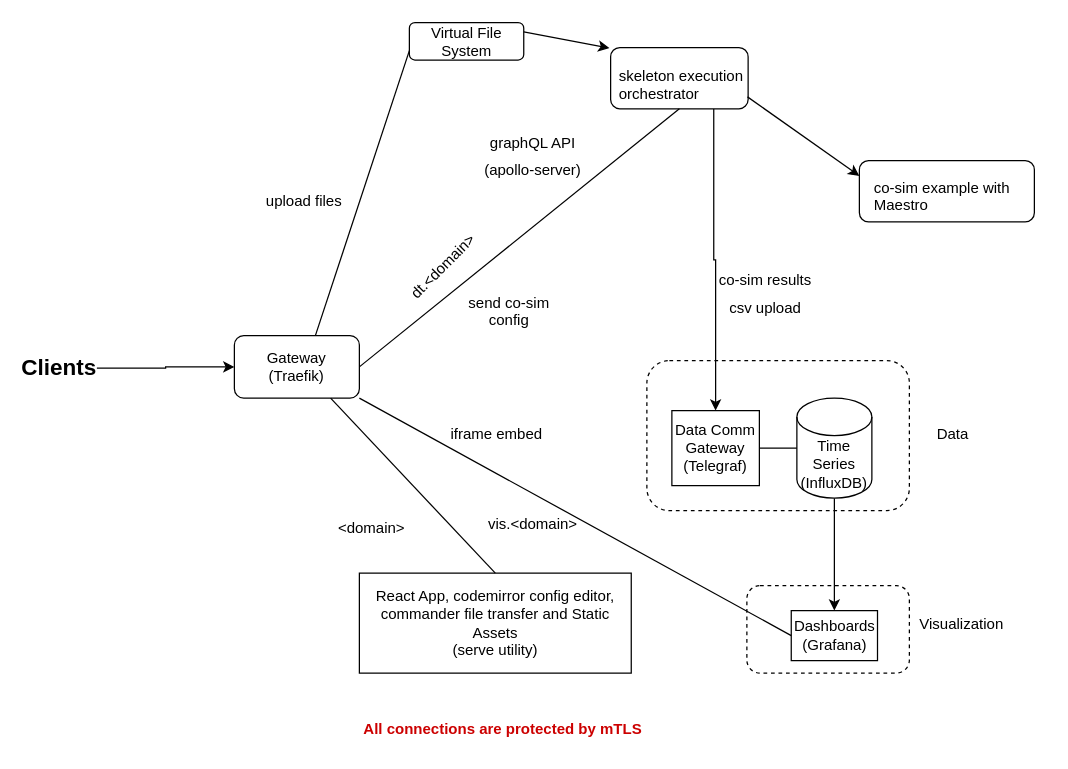
Above: page "demo-1" (3 of 5) of docs/DTaaS.drawio in INTO-CPS-Association/DTaaS (draw.io), before the change. Source tidied: cells renumbered, new cells numbered last; positions are measured from the earlier drawing's top-left corner, leaving out a move shared by most shapes. Both pictures are drawn from the tidied source at 125%, with x=0, y=0 at pixel (21, 22).
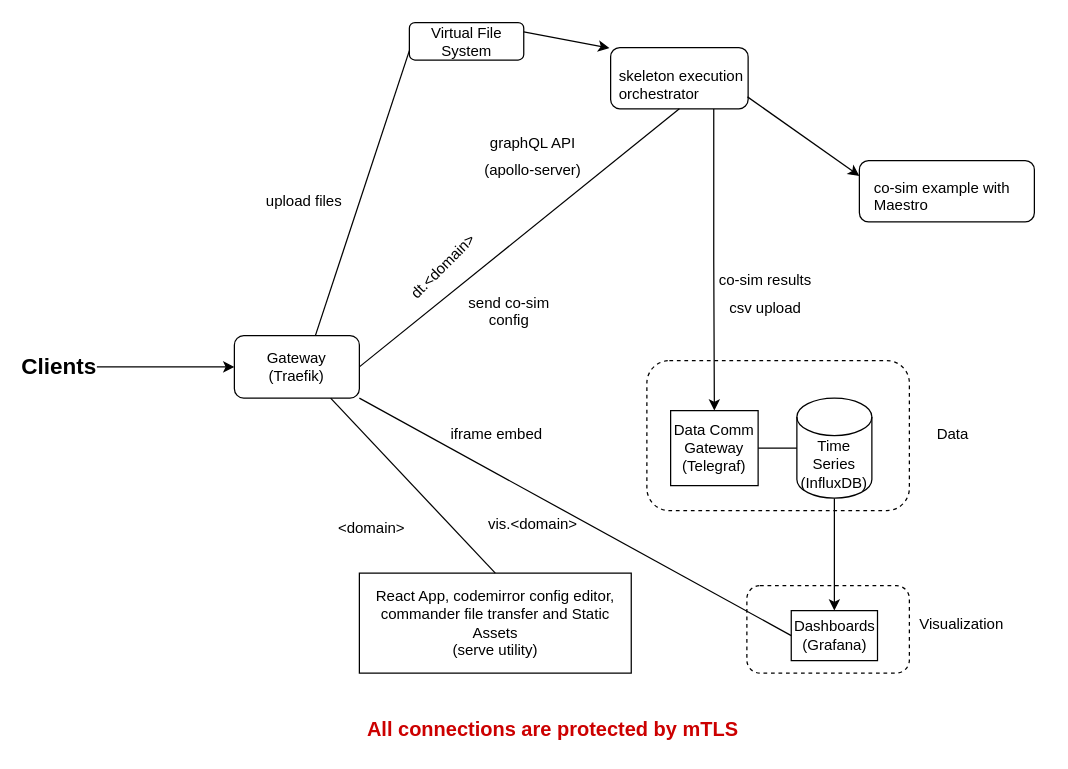
The same diagram, later.

Diff of the diagram source:
```diff
@@
     <mxCell id="11" value="Data Comm Gateway&lt;br&gt;(Telegraf)" style="rounded=0;whiteSpace=wrap;html=1;" parent="1" vertex="1">
-      <mxGeometry x="520" y="310" width="70" height="60" as="geometry" />
+      <mxGeometry x="519" y="310" width="70" height="60" as="geometry" />
     </mxCell>
@@
     <mxCell id="24" value="&lt;font style=&quot;font-size: 18px&quot;&gt;&lt;b&gt;Clients&lt;/b&gt;&lt;/font&gt;" style="text;html=1;strokeColor=none;fillColor=none;align=center;verticalAlign=middle;whiteSpace=wrap;rounded=0;" parent="1" vertex="1">
-      <mxGeometry y="261" width="60" height="30" as="geometry" />
+      <mxGeometry y="260" width="60" height="30" as="geometry" />
     </mxCell>
@@
-    <mxCell id="29" value="&lt;b&gt;&lt;font color=&quot;#cc0000&quot;&gt;All connections are protected by mTLS&lt;/font&gt;&lt;/b&gt;" style="text;html=1;strokeColor=none;fillColor=none;align=center;verticalAlign=middle;whiteSpace=wrap;rounded=0;fontSize=12;opacity=60;" parent="1" vertex="1">
-      <mxGeometry x="260" y="550" width="250" height="30" as="geometry" />
+    <mxCell id="29" value="&lt;b&gt;&lt;font color=&quot;#cc0000&quot; style=&quot;font-size: 16px&quot;&gt;All connections are protected by mTLS&lt;/font&gt;&lt;/b&gt;" style="text;html=1;strokeColor=none;fillColor=none;align=center;verticalAlign=middle;whiteSpace=wrap;rounded=0;fontSize=12;opacity=60;" parent="1" vertex="1">
+      <mxGeometry x="260" y="550" width="330" height="30" as="geometry" />
     </mxCell>
```
